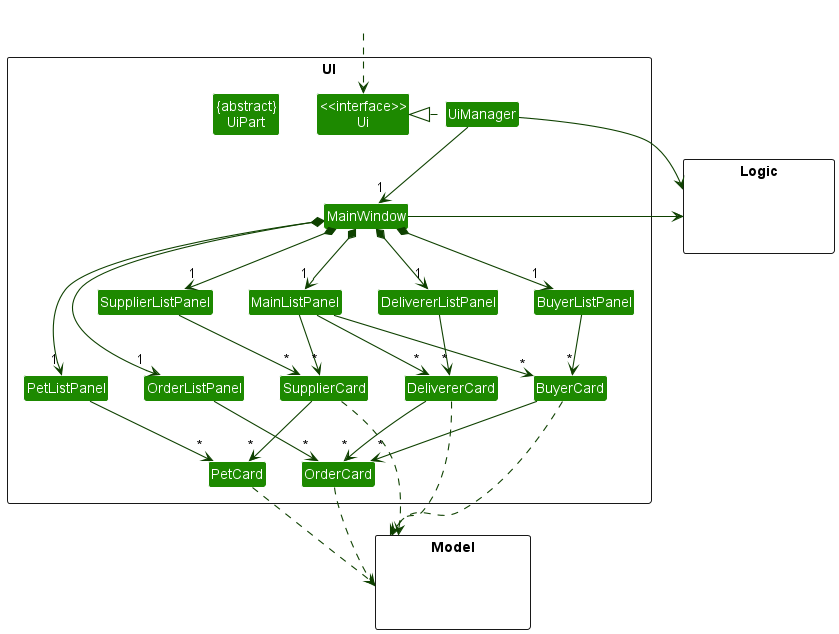
This is docs/images/UiClassDiagram1.png from nus-cs2103-AY2223S1/tp, a PlantUML export, as it was before one commit. Its diagram source:
```plantuml
@startuml
!include style.puml
skinparam arrowThickness 1.1
skinparam arrowColor UI_COLOR_T4
skinparam classBackgroundColor UI_COLOR

package UI <<Rectangle>>{
Class "<<interface>>\nUi" as Ui
Class "{abstract}\nUiPart" as UiPart
Class UiManager
Class MainWindow
Class MainListPanel
Class BuyerListPanel
Class DelivererListPanel
Class SupplierListPanel
Class OrderListPanel
Class PetListPanel
Class BuyerCard
Class DelivererCard
Class SupplierCard
Class OrderCard
Class PetCard
}

package Model <<Rectangle>> {
Class HiddenModel #FFFFFF
}

package Logic <<Rectangle>> {
Class HiddenLogic #FFFFFF
}

Class HiddenOutside #FFFFFF
HiddenOutside ..> Ui

UiManager --> Logic
MainWindow -left-> Logic

UiManager .left.|> Ui
UiManager --> "1" MainWindow
MainWindow *-down-> "1" MainListPanel
MainWindow *-down-> "1" BuyerListPanel
MainWindow *-down-> "1" DelivererListPanel
MainWindow *-down-> "1" SupplierListPanel
MainWindow *-down-> "1" OrderListPanel
MainWindow *-down-> "1" PetListPanel


MainListPanel --> "*" BuyerCard
MainListPanel --> "*" DelivererCard
MainListPanel --> "*" SupplierCard
BuyerListPanel --> "*" BuyerCard
DelivererListPanel --> "*" DelivererCard
SupplierListPanel --> "*" SupplierCard
OrderListPanel --> "*" OrderCard
PetListPanel --> "*" PetCard
BuyerCard --> "*" OrderCard
DelivererCard --> "*" OrderCard
SupplierCard --> "*" PetCard

BuyerCard .down.> Model
DelivererCard .down.> Model
SupplierCard .down.> Model
OrderCard .down.> Model
PetCard .down.> Model

OrderCard -[hidden]up- DelivererCard
Model -[hidden]up- OrderCard

@enduml
```
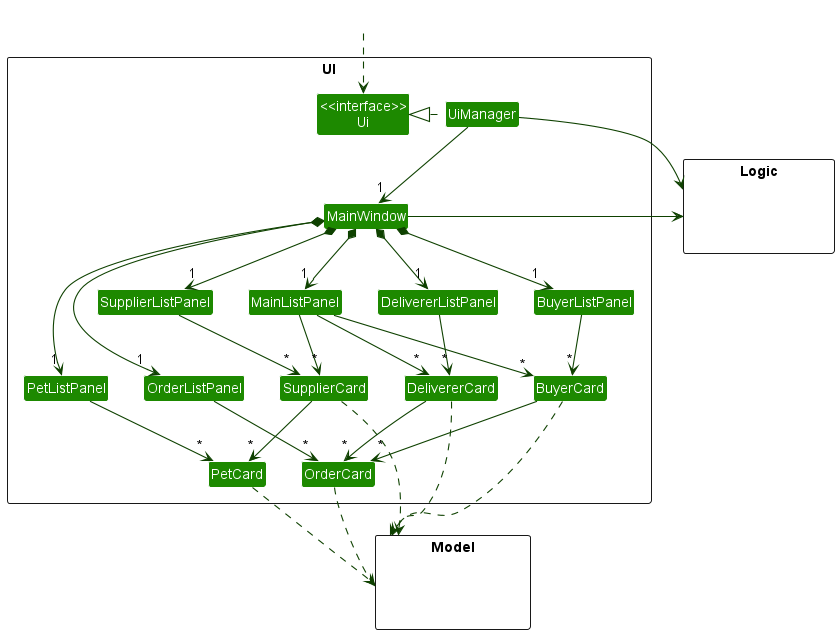
Later version of the same file.

Change to the diagram source:
```diff
@@ -6,7 +6,6 @@
 
 package UI <<Rectangle>>{
 Class "<<interface>>\nUi" as Ui
-Class "{abstract}\nUiPart" as UiPart
 Class UiManager
 Class MainWindow
 Class MainListPanel
```
